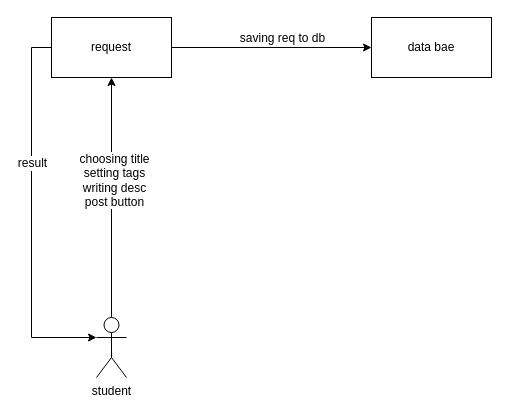
Earlier version of the draw.io diagram communication diagram request.drawio (redZmortallancer/project-az-narm-1). Source tidied: cells renumbered, new cells numbered last; positions are measured from the earlier drawing's top-left corner, leaving out a move shared by most shapes. Both pictures are drawn from the tidied source at 100%, with x=0, y=0 at pixel (31, 17).
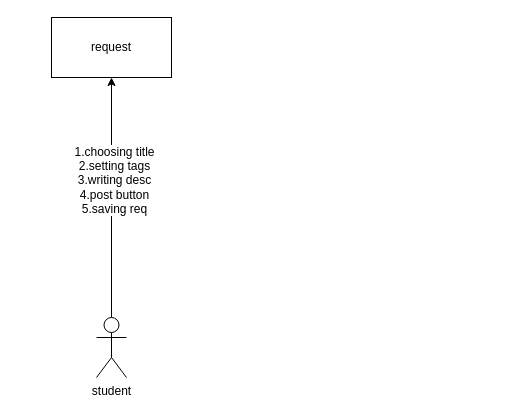
The same diagram, later.

The edit, as a diff of the source:
```diff
@@
 <mxGraphModel>
   <root>
     <mxCell id="0" />
     <mxCell id="1" parent="0" />
     <mxCell id="2" value="search page" style="rounded=0;whiteSpace=wrap;html=1;" parent="1" vertex="1">
       <mxGeometry x="20" width="120" height="60" as="geometry" />
     </mxCell>
-    <mxCell id="3" style="edgeStyle=orthogonalEdgeStyle;rounded=0;jettySize=auto;html=1;" parent="1" edge="1" source="7" target="11">
-      <mxGeometry relative="1" as="geometry" />
-    </mxCell>
-    <mxCell id="4" value="saving req to db" style="text;html=1;align=center;verticalAlign=middle;labelBackgroundColor=#ffffff;" parent="3" vertex="1">
-      <mxGeometry x="0.3" y="1" relative="1" as="geometry">
-        <mxPoint x="-20" y="-9" as="offset" />
-      </mxGeometry>
-    </mxCell>
-    <mxCell id="5" style="edgeStyle=orthogonalEdgeStyle;rounded=0;jettySize=auto;html=1;entryX=0;entryY=0.3333333333333333;entryDx=0;entryDy=0;entryPerimeter=0;" parent="1" edge="1" source="7" target="10">
-      <mxGeometry relative="1" as="geometry">
-        <Array as="points">
-          <mxPoint y="30" />
-          <mxPoint y="320" />
-        </Array>
-      </mxGeometry>
-    </mxCell>
-    <mxCell id="6" value="result" style="text;html=1;align=center;verticalAlign=middle;labelBackgroundColor=#ffffff;" parent="5" vertex="1">
-      <mxGeometry x="-0.28" relative="1" as="geometry" />
-    </mxCell>
     <mxCell id="7" value="request" style="rounded=0;whiteSpace=wrap;html=1;" parent="1" vertex="1">
       <mxGeometry x="20" width="120" height="60" as="geometry" />
     </mxCell>
     <mxCell id="8" style="edgeStyle=orthogonalEdgeStyle;rounded=0;jettySize=auto;html=1;entryX=0.5;entryY=1;entryDx=0;entryDy=0;" parent="1" edge="1" source="10" target="7">
       <mxGeometry relative="1" as="geometry" />
     </mxCell>
-    <mxCell id="9" value="choosing title&lt;br&gt;setting tags&lt;br&gt;writing desc&lt;br&gt;post button" style="text;html=1;align=center;verticalAlign=middle;labelBackgroundColor=#ffffff;" parent="8" vertex="1">
-      <mxGeometry x="0.15" y="-2" relative="1" as="geometry" />
-    </mxCell>
+    <mxCell id="12" value="1.choosing title&lt;br&gt;2.setting tags&lt;br&gt;3.writing desc&lt;br&gt;4.post button&lt;br&gt;5.saving req " style="text;html=1;align=center;verticalAlign=middle;labelBackgroundColor=#ffffff;" parent="8" vertex="1">
+      <mxGeometry x="0.15" y="-2" relative="1" as="geometry" />
+    </mxCell>
     <mxCell id="10" value="student" style="shape=umlActor;verticalLabelPosition=bottom;labelBackgroundColor=#ffffff;verticalAlign=top;html=1;outlineConnect=0;" parent="1" vertex="1">
       <mxGeometry x="65" y="300" width="30" height="60" as="geometry" />
     </mxCell>
-    <mxCell id="11" value="data bae" style="rounded=0;whiteSpace=wrap;html=1;" parent="1" vertex="1">
-      <mxGeometry x="340" width="120" height="60" as="geometry" />
-    </mxCell>
   </root>
 </mxGraphModel>
```
